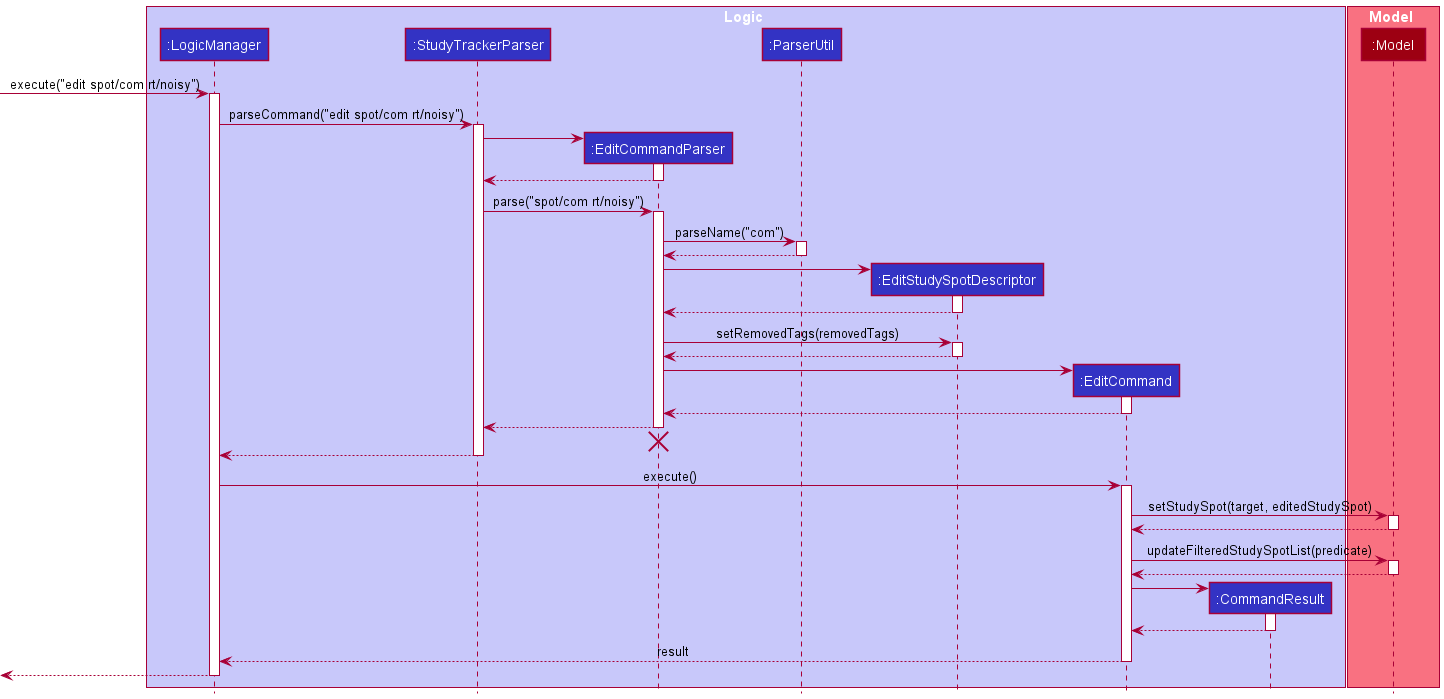
Earlier version of the PlantUML export docs/images/EditRemoveTagSequenceDiagram.png (ruoyann/tp).
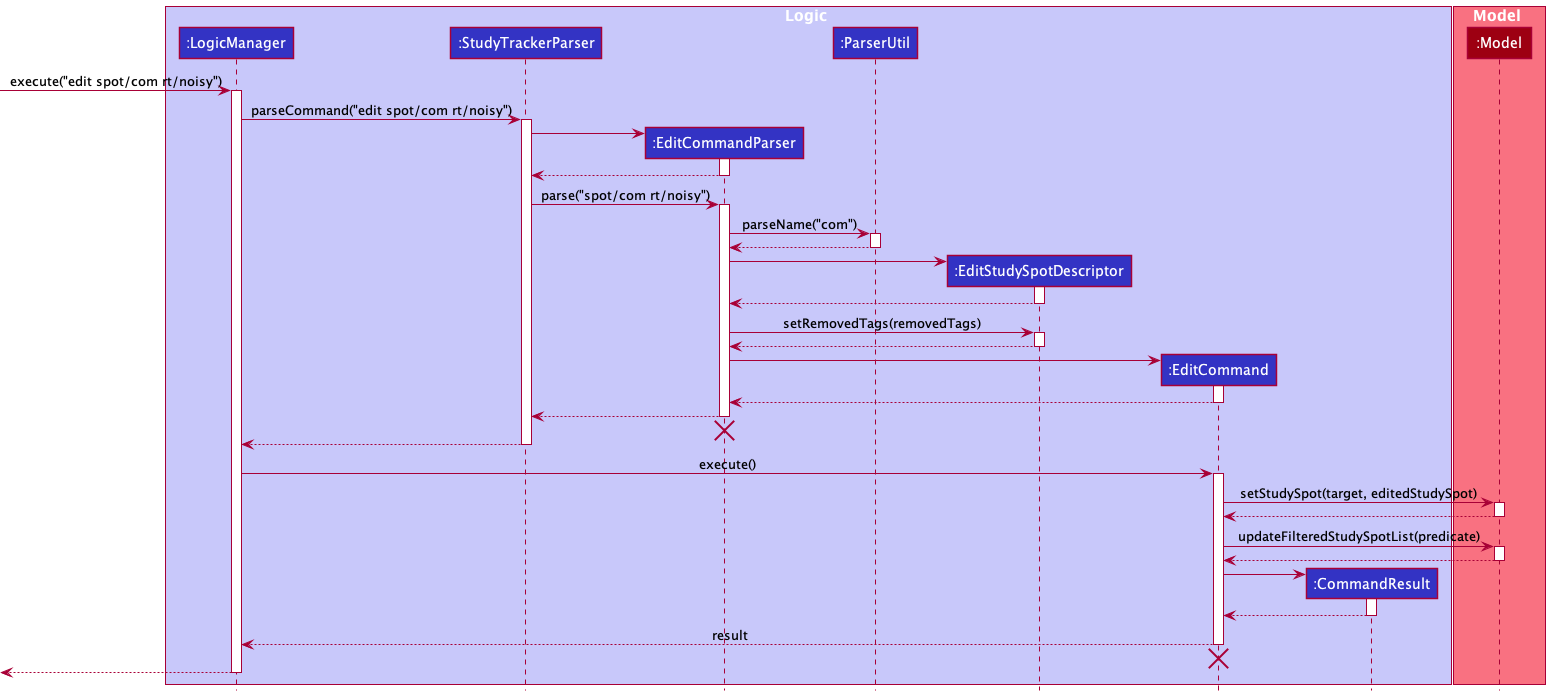
After the commit.

Change to the diagram source:
```diff
@@ -89,6 +89,8 @@
 
 EditCommand --> LogicManager : result
 deactivate EditCommand
+EditCommand -[hidden]-> StudyTrackerParser
+destroy EditCommand
 
 [<--LogicManager
 deactivate LogicManager
```
